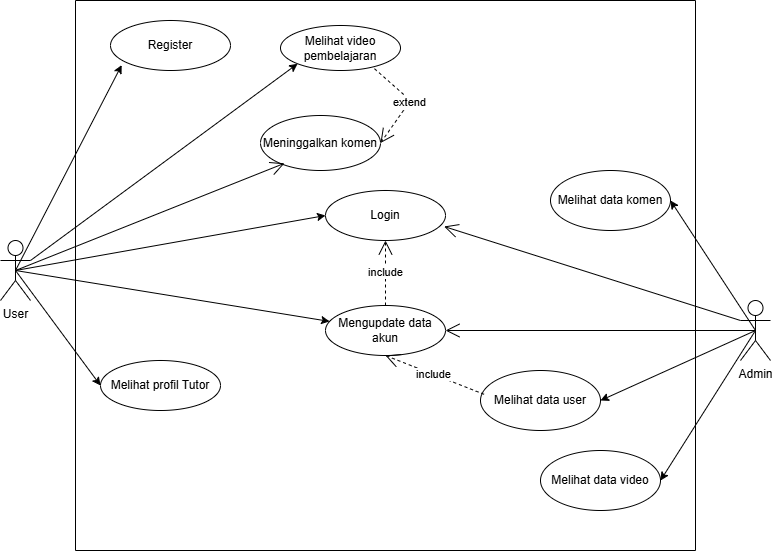
Before: RPL Diagram.drawio.png, a diagram exported from draw.io (KVNC-source/OURRPL). Source tidied: cells renumbered, new cells last; positions are measured from the earlier drawing's top-left corner, leaving out a move shared by most shapes. Its diagram source:
```xml
<mxGraphModel>
  <root>
    <mxCell id="0" />
    <mxCell id="1" parent="0" />
    <mxCell id="2" style="swimlane;startSize=0;" parent="1" vertex="1">
      <mxGeometry x="75" width="620" height="550" as="geometry" />
    </mxCell>
    <mxCell id="3" value="Login" style="ellipse;whiteSpace=wrap;html=1;" parent="2" vertex="1">
      <mxGeometry x="250" y="190" width="120" height="50" as="geometry" />
    </mxCell>
    <mxCell id="4" value="Melihat video pembelajaran" style="ellipse;whiteSpace=wrap;html=1;" parent="2" vertex="1">
      <mxGeometry x="205" y="25" width="120" height="45" as="geometry" />
    </mxCell>
    <mxCell id="5" value="Mengupdate data akun" style="ellipse;whiteSpace=wrap;html=1;" parent="2" vertex="1">
      <mxGeometry x="250" y="305" width="120" height="50" as="geometry" />
    </mxCell>
    <mxCell id="6" value="Meninggalkan komen" style="ellipse;whiteSpace=wrap;html=1;" parent="2" vertex="1">
      <mxGeometry x="185" y="115" width="120" height="55" as="geometry" />
    </mxCell>
    <mxCell id="7" value="Melihat data user" style="ellipse;whiteSpace=wrap;html=1;" parent="2" vertex="1">
      <mxGeometry x="405" y="370" width="120" height="60" as="geometry" />
    </mxCell>
    <mxCell id="8" value="Melihat data komen" style="ellipse;whiteSpace=wrap;html=1;" parent="2" vertex="1">
      <mxGeometry x="475" y="170" width="120" height="60" as="geometry" />
    </mxCell>
    <mxCell id="9" value="Melihat data video" style="ellipse;whiteSpace=wrap;html=1;" parent="2" vertex="1">
      <mxGeometry x="465" y="450" width="120" height="60" as="geometry" />
    </mxCell>
    <mxCell id="10" value="Melihat profil Tutor" style="ellipse;whiteSpace=wrap;html=1;" parent="2" vertex="1">
      <mxGeometry x="25" y="360" width="120" height="50" as="geometry" />
    </mxCell>
    <mxCell id="11" value="Register" style="ellipse;whiteSpace=wrap;html=1;" parent="2" vertex="1">
      <mxGeometry x="35" y="20" width="120" height="50" as="geometry" />
    </mxCell>
    <mxCell id="12" value="include" style="endArrow=open;endSize=12;dashed=1;html=1;rounded=0;entryX=0.5;entryY=1;entryDx=0;entryDy=0;exitX=0.5;exitY=0;exitDx=0;exitDy=0;" parent="2" edge="1" source="5" target="3">
      <mxGeometry x="0.02" relative="1" as="geometry" />
    </mxCell>
    <mxCell id="13" value="include" style="endArrow=open;endSize=12;dashed=1;html=1;rounded=0;entryX=0.5;entryY=1;entryDx=0;entryDy=0;exitX=0.03;exitY=0.397;exitDx=0;exitDy=0;exitPerimeter=0;" parent="2" edge="1" source="7" target="5">
      <mxGeometry x="0.02" relative="1" as="geometry" />
    </mxCell>
    <mxCell id="14" value="extend" style="endArrow=open;endSize=12;dashed=1;html=1;rounded=0;exitX=0.783;exitY=0.96;exitDx=0;exitDy=0;exitPerimeter=0;entryX=1;entryY=0.5;entryDx=0;entryDy=0;" parent="2" edge="1" source="4" target="6">
      <mxGeometry relative="1" as="geometry">
        <Array as="points">
          <mxPoint x="335" y="100" />
        </Array>
      </mxGeometry>
    </mxCell>
    <mxCell id="15" value="User" style="shape=umlActor;verticalLabelPosition=bottom;verticalAlign=top;html=1;outlineConnect=0;" parent="1" vertex="1">
      <mxGeometry y="240" width="30" height="60" as="geometry" />
    </mxCell>
    <mxCell id="16" style="endArrow=classic;html=1;rounded=0;exitX=0.5;exitY=0.5;exitDx=0;exitDy=0;exitPerimeter=0;entryX=0;entryY=0.5;entryDx=0;entryDy=0;" parent="1" edge="1" source="15" target="3">
      <mxGeometry relative="1" as="geometry" />
    </mxCell>
    <mxCell id="17" style="endArrow=classic;html=1;rounded=0;" parent="1" edge="1">
      <mxGeometry relative="1" as="geometry">
        <mxPoint x="290" y="230" as="sourcePoint" />
        <mxPoint x="290" y="230" as="targetPoint" />
      </mxGeometry>
    </mxCell>
    <mxCell id="18" value="Admin" style="shape=umlActor;verticalLabelPosition=bottom;verticalAlign=top;html=1;outlineConnect=0;" parent="1" vertex="1">
      <mxGeometry x="740" y="300" width="30" height="60" as="geometry" />
    </mxCell>
    <mxCell id="19" style="endArrow=classic;html=1;rounded=0;entryX=1;entryY=0.5;entryDx=0;entryDy=0;exitX=0.5;exitY=0.5;exitDx=0;exitDy=0;exitPerimeter=0;" parent="1" edge="1" source="18" target="7">
      <mxGeometry relative="1" as="geometry" />
    </mxCell>
    <mxCell id="20" style="endArrow=classic;html=1;rounded=0;exitX=0.5;exitY=0.5;exitDx=0;exitDy=0;exitPerimeter=0;entryX=1;entryY=0.5;entryDx=0;entryDy=0;" parent="1" edge="1" source="18" target="8">
      <mxGeometry relative="1" as="geometry" />
    </mxCell>
    <mxCell id="21" style="endArrow=classic;html=1;rounded=0;exitX=0.5;exitY=0.5;exitDx=0;exitDy=0;exitPerimeter=0;entryX=1;entryY=0.5;entryDx=0;entryDy=0;" parent="1" edge="1" source="18" target="9">
      <mxGeometry relative="1" as="geometry" />
    </mxCell>
    <mxCell id="22" style="endArrow=classic;html=1;rounded=0;exitX=0.5;exitY=0.5;exitDx=0;exitDy=0;exitPerimeter=0;entryX=0.093;entryY=0.892;entryDx=0;entryDy=0;entryPerimeter=0;" parent="1" edge="1" source="15" target="11">
      <mxGeometry relative="1" as="geometry" />
    </mxCell>
    <mxCell id="23" style="endArrow=classic;html=1;rounded=0;exitX=0.5;exitY=0.5;exitDx=0;exitDy=0;exitPerimeter=0;" parent="1" edge="1" source="15" target="5">
      <mxGeometry relative="1" as="geometry" />
    </mxCell>
    <mxCell id="24" style="endArrow=classic;html=1;rounded=0;entryX=0;entryY=0.5;entryDx=0;entryDy=0;exitX=0.5;exitY=0.5;exitDx=0;exitDy=0;exitPerimeter=0;" parent="1" edge="1" source="15" target="10">
      <mxGeometry relative="1" as="geometry" />
    </mxCell>
    <mxCell id="25" style="endArrow=classic;html=1;rounded=0;entryX=0;entryY=1;entryDx=0;entryDy=0;exitX=1;exitY=0.3333333333333333;exitDx=0;exitDy=0;exitPerimeter=0;" parent="1" edge="1" source="15" target="4">
      <mxGeometry relative="1" as="geometry" />
    </mxCell>
    <mxCell id="26" style="endArrow=open;endFill=1;endSize=12;html=1;rounded=0;exitX=0;exitY=0.3333333333333333;exitDx=0;exitDy=0;exitPerimeter=0;entryX=0.988;entryY=0.72;entryDx=0;entryDy=0;entryPerimeter=0;" parent="1" edge="1" source="18" target="3">
      <mxGeometry relative="1" as="geometry" />
    </mxCell>
    <mxCell id="27" style="endArrow=open;endFill=1;endSize=12;html=1;rounded=0;exitX=0.5;exitY=0.5;exitDx=0;exitDy=0;exitPerimeter=0;" parent="1" edge="1" source="18" target="5">
      <mxGeometry relative="1" as="geometry" />
    </mxCell>
    <mxCell id="28" style="endArrow=open;endFill=1;endSize=12;html=1;rounded=0;entryX=0.2;entryY=0.869;entryDx=0;entryDy=0;entryPerimeter=0;exitX=0.5;exitY=0.5;exitDx=0;exitDy=0;exitPerimeter=0;" parent="1" edge="1" source="15" target="6">
      <mxGeometry relative="1" as="geometry" />
    </mxCell>
  </root>
</mxGraphModel>
```
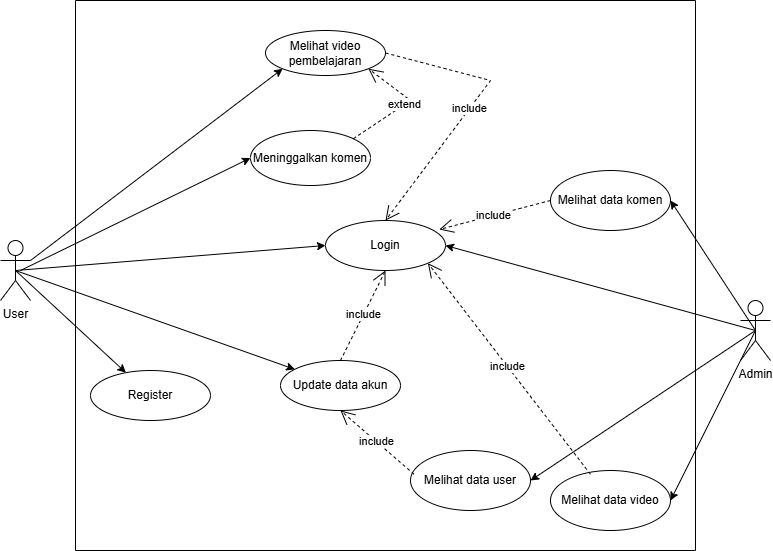
The same file after the commit.

Change to the diagram source:
```diff
@@ -6,31 +6,28 @@
       <mxGeometry x="75" width="620" height="550" as="geometry" />
     </mxCell>
     <mxCell id="3" value="Login" style="ellipse;whiteSpace=wrap;html=1;" parent="2" vertex="1">
-      <mxGeometry x="250" y="190" width="120" height="50" as="geometry" />
+      <mxGeometry x="250" y="220" width="120" height="50" as="geometry" />
     </mxCell>
     <mxCell id="4" value="Melihat video pembelajaran" style="ellipse;whiteSpace=wrap;html=1;" parent="2" vertex="1">
-      <mxGeometry x="205" y="25" width="120" height="45" as="geometry" />
+      <mxGeometry x="190" y="30" width="120" height="45" as="geometry" />
     </mxCell>
-    <mxCell id="5" value="Mengupdate data akun" style="ellipse;whiteSpace=wrap;html=1;" parent="2" vertex="1">
-      <mxGeometry x="250" y="305" width="120" height="50" as="geometry" />
+    <mxCell id="5" value="Update data akun" style="ellipse;whiteSpace=wrap;html=1;" parent="2" vertex="1">
+      <mxGeometry x="205" y="360" width="120" height="50" as="geometry" />
     </mxCell>
     <mxCell id="6" value="Meninggalkan komen" style="ellipse;whiteSpace=wrap;html=1;" parent="2" vertex="1">
-      <mxGeometry x="185" y="115" width="120" height="55" as="geometry" />
+      <mxGeometry x="175" y="130" width="120" height="55" as="geometry" />
     </mxCell>
     <mxCell id="7" value="Melihat data user" style="ellipse;whiteSpace=wrap;html=1;" parent="2" vertex="1">
-      <mxGeometry x="405" y="370" width="120" height="60" as="geometry" />
+      <mxGeometry x="335" y="450" width="120" height="60" as="geometry" />
     </mxCell>
     <mxCell id="8" value="Melihat data komen" style="ellipse;whiteSpace=wrap;html=1;" parent="2" vertex="1">
       <mxGeometry x="475" y="170" width="120" height="60" as="geometry" />
     </mxCell>
     <mxCell id="9" value="Melihat data video" style="ellipse;whiteSpace=wrap;html=1;" parent="2" vertex="1">
-      <mxGeometry x="465" y="450" width="120" height="60" as="geometry" />
+      <mxGeometry x="475" y="470" width="120" height="60" as="geometry" />
     </mxCell>
-    <mxCell id="10" value="Melihat profil Tutor" style="ellipse;whiteSpace=wrap;html=1;" parent="2" vertex="1">
-      <mxGeometry x="25" y="360" width="120" height="50" as="geometry" />
-    </mxCell>
     <mxCell id="11" value="Register" style="ellipse;whiteSpace=wrap;html=1;" parent="2" vertex="1">
-      <mxGeometry x="35" y="20" width="120" height="50" as="geometry" />
+      <mxGeometry x="15" y="370" width="120" height="50" as="geometry" />
     </mxCell>
     <mxCell id="12" value="include" style="endArrow=open;endSize=12;dashed=1;html=1;rounded=0;entryX=0.5;entryY=1;entryDx=0;entryDy=0;exitX=0.5;exitY=0;exitDx=0;exitDy=0;" parent="2" edge="1" source="5" target="3">
       <mxGeometry x="0.02" relative="1" as="geometry" />
@@ -38,13 +35,26 @@
     <mxCell id="13" value="include" style="endArrow=open;endSize=12;dashed=1;html=1;rounded=0;entryX=0.5;entryY=1;entryDx=0;entryDy=0;exitX=0.03;exitY=0.397;exitDx=0;exitDy=0;exitPerimeter=0;" parent="2" edge="1" source="7" target="5">
       <mxGeometry x="0.02" relative="1" as="geometry" />
     </mxCell>
-    <mxCell id="14" value="extend" style="endArrow=open;endSize=12;dashed=1;html=1;rounded=0;exitX=0.783;exitY=0.96;exitDx=0;exitDy=0;exitPerimeter=0;entryX=1;entryY=0.5;entryDx=0;entryDy=0;" parent="2" edge="1" source="4" target="6">
+    <mxCell id="14" value="extend" style="endArrow=open;endSize=12;dashed=1;html=1;rounded=0;entryX=1;entryY=1;entryDx=0;entryDy=0;exitX=1;exitY=0;exitDx=0;exitDy=0;" parent="2" edge="1" source="6" target="4">
       <mxGeometry relative="1" as="geometry">
         <Array as="points">
           <mxPoint x="335" y="100" />
         </Array>
       </mxGeometry>
     </mxCell>
+    <mxCell id="29" value="include" style="endArrow=open;endSize=12;dashed=1;html=1;rounded=0;entryX=0.5;entryY=0;entryDx=0;entryDy=0;exitX=1;exitY=0.5;exitDx=0;exitDy=0;" parent="2" edge="1" source="4" target="3">
+      <mxGeometry x="0.02" relative="1" as="geometry">
+        <Array as="points">
+          <mxPoint x="415" y="80" />
+        </Array>
+      </mxGeometry>
+    </mxCell>
+    <mxCell id="30" value="include" style="endArrow=open;endSize=12;dashed=1;html=1;rounded=0;entryX=0.948;entryY=0.18;entryDx=0;entryDy=0;exitX=0;exitY=0.5;exitDx=0;exitDy=0;entryPerimeter=0;" parent="2" edge="1" source="8" target="3">
+      <mxGeometry x="0.02" relative="1" as="geometry" />
+    </mxCell>
+    <mxCell id="31" value="include" style="endArrow=open;endSize=12;dashed=1;html=1;rounded=0;entryX=1;entryY=1;entryDx=0;entryDy=0;exitX=0.333;exitY=0.063;exitDx=0;exitDy=0;exitPerimeter=0;" parent="2" edge="1" source="9" target="3">
+      <mxGeometry x="0.02" relative="1" as="geometry" />
+    </mxCell>
     <mxCell id="15" value="User" style="shape=umlActor;verticalLabelPosition=bottom;verticalAlign=top;html=1;outlineConnect=0;" parent="1" vertex="1">
       <mxGeometry y="240" width="30" height="60" as="geometry" />
     </mxCell>
@@ -69,26 +79,22 @@
     <mxCell id="21" style="endArrow=classic;html=1;rounded=0;exitX=0.5;exitY=0.5;exitDx=0;exitDy=0;exitPerimeter=0;entryX=1;entryY=0.5;entryDx=0;entryDy=0;" parent="1" edge="1" source="18" target="9">
       <mxGeometry relative="1" as="geometry" />
     </mxCell>
-    <mxCell id="22" style="endArrow=classic;html=1;rounded=0;exitX=0.5;exitY=0.5;exitDx=0;exitDy=0;exitPerimeter=0;entryX=0.093;entryY=0.892;entryDx=0;entryDy=0;entryPerimeter=0;" parent="1" edge="1" source="15" target="11">
+    <mxCell id="22" style="endArrow=classic;html=1;rounded=0;exitX=0.5;exitY=0.5;exitDx=0;exitDy=0;exitPerimeter=0;" parent="1" edge="1" source="15" target="11">
       <mxGeometry relative="1" as="geometry" />
     </mxCell>
     <mxCell id="23" style="endArrow=classic;html=1;rounded=0;exitX=0.5;exitY=0.5;exitDx=0;exitDy=0;exitPerimeter=0;" parent="1" edge="1" source="15" target="5">
       <mxGeometry relative="1" as="geometry" />
     </mxCell>
-    <mxCell id="24" style="endArrow=classic;html=1;rounded=0;entryX=0;entryY=0.5;entryDx=0;entryDy=0;exitX=0.5;exitY=0.5;exitDx=0;exitDy=0;exitPerimeter=0;" parent="1" edge="1" source="15" target="10">
-      <mxGeometry relative="1" as="geometry" />
-    </mxCell>
     <mxCell id="25" style="endArrow=classic;html=1;rounded=0;entryX=0;entryY=1;entryDx=0;entryDy=0;exitX=1;exitY=0.3333333333333333;exitDx=0;exitDy=0;exitPerimeter=0;" parent="1" edge="1" source="15" target="4">
       <mxGeometry relative="1" as="geometry" />
     </mxCell>
-    <mxCell id="26" style="endArrow=open;endFill=1;endSize=12;html=1;rounded=0;exitX=0;exitY=0.3333333333333333;exitDx=0;exitDy=0;exitPerimeter=0;entryX=0.988;entryY=0.72;entryDx=0;entryDy=0;entryPerimeter=0;" parent="1" edge="1" source="18" target="3">
+    <mxCell id="26" style="endArrow=classic;html=1;rounded=0;exitX=0.5;exitY=0.5;exitDx=0;exitDy=0;exitPerimeter=0;entryX=1;entryY=0.5;entryDx=0;entryDy=0;" parent="1" edge="1" source="18" target="3">
       <mxGeometry relative="1" as="geometry" />
     </mxCell>
-    <mxCell id="27" style="endArrow=open;endFill=1;endSize=12;html=1;rounded=0;exitX=0.5;exitY=0.5;exitDx=0;exitDy=0;exitPerimeter=0;" parent="1" edge="1" source="18" target="5">
-      <mxGeometry relative="1" as="geometry" />
-    </mxCell>
-    <mxCell id="28" style="endArrow=open;endFill=1;endSize=12;html=1;rounded=0;entryX=0.2;entryY=0.869;entryDx=0;entryDy=0;entryPerimeter=0;exitX=0.5;exitY=0.5;exitDx=0;exitDy=0;exitPerimeter=0;" parent="1" edge="1" source="15" target="6">
-      <mxGeometry relative="1" as="geometry" />
-    </mxCell>
+    <mxCell id="32" style="endArrow=classic;html=1;rounded=0;entryX=0;entryY=0.5;entryDx=0;entryDy=0;" parent="1" edge="1" target="6">
+      <mxGeometry relative="1" as="geometry">
+        <mxPoint x="20" y="270" as="sourcePoint" />
+      </mxGeometry>
+    </mxCell>
   </root>
 </mxGraphModel>
```
